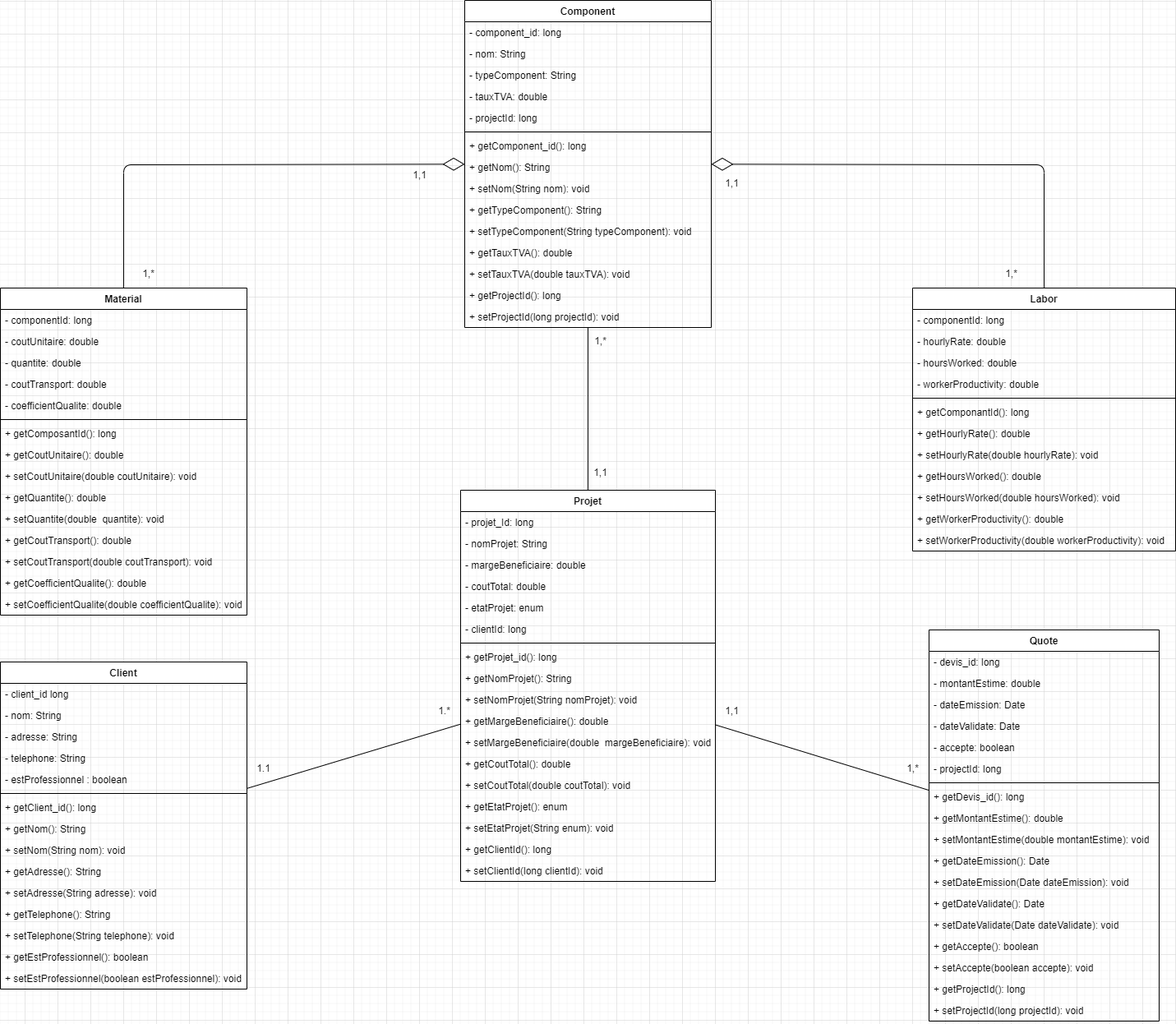
The draw.io diagram Class Diagramme.png in elkhailihamza/baticuisine, before a commit. Source tidied: cells renumbered, new cells last; positions are measured from the earlier drawing's top-left corner, leaving out a move shared by most shapes.
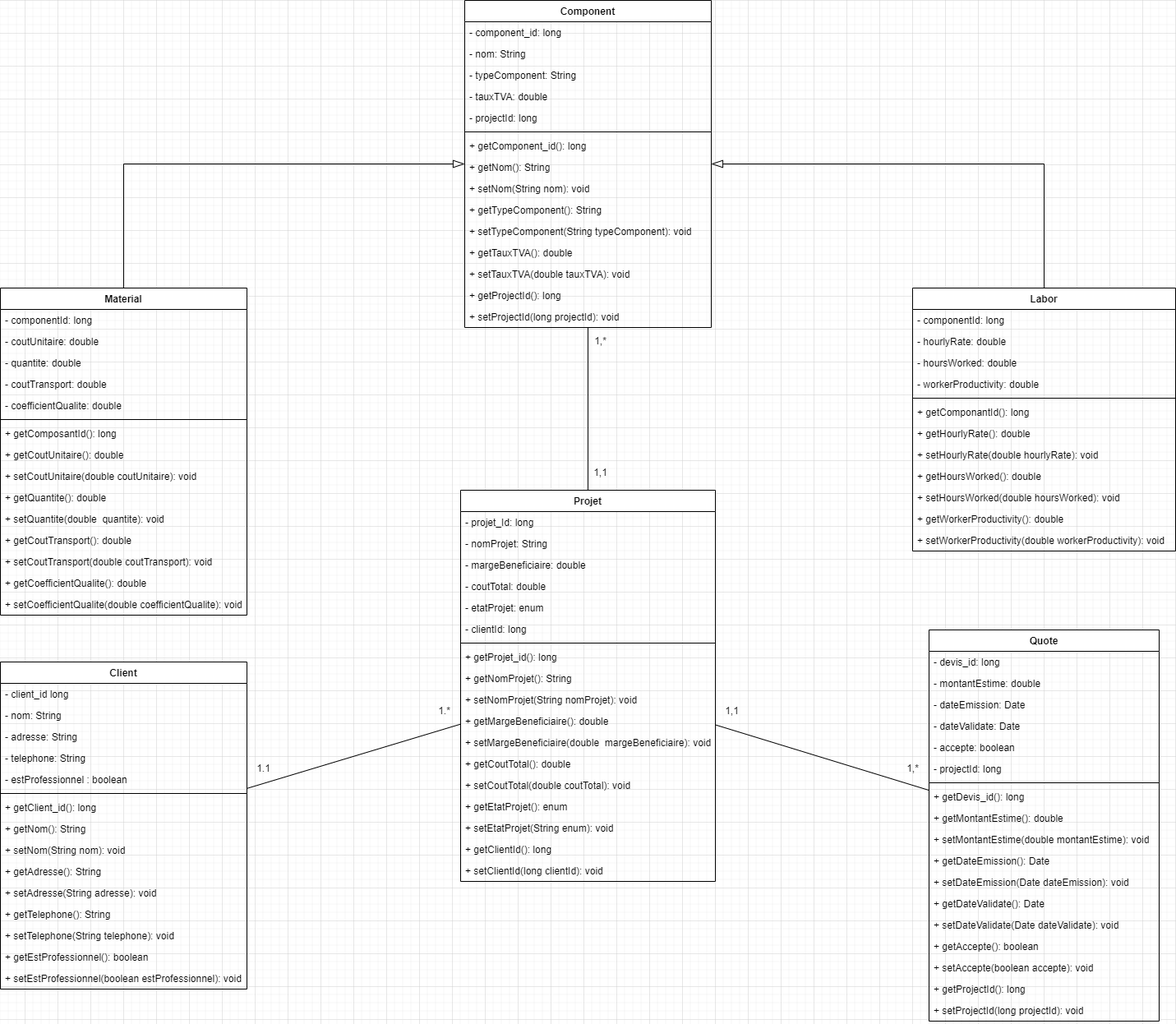
Later version of the same file.

Commit message:
edit diagram class

Change to the diagram source:
```diff
@@ -317,20 +317,6 @@
     <mxCell id="106" value="+ setProjectId(long projectId): void" style="text;strokeColor=none;fillColor=none;align=left;verticalAlign=top;spacingLeft=4;spacingRight=4;overflow=hidden;whiteSpace=wrap;html=1;" parent="91" vertex="1">
       <mxGeometry y="372" width="300" height="26" as="geometry" />
     </mxCell>
-    <mxCell id="107" style="endArrow=diamondThin;endFill=0;endSize=24;html=1;rounded=1;curved=0;" parent="1" edge="1" source="21" target="91">
-      <mxGeometry relative="1" as="geometry">
-        <Array as="points">
-          <mxPoint x="150" y="200" />
-        </Array>
-      </mxGeometry>
-    </mxCell>
-    <mxCell id="108" style="endArrow=diamondThin;endFill=0;endSize=24;html=1;rounded=1;curved=0;" parent="1" edge="1" source="37" target="91">
-      <mxGeometry relative="1" as="geometry">
-        <Array as="points">
-          <mxPoint x="1270" y="200" />
-        </Array>
-      </mxGeometry>
-    </mxCell>
     <mxCell id="109" style="endArrow=none;html=1;rounded=0;" parent="1" edge="1" source="91" target="2">
       <mxGeometry relative="1" as="geometry" />
     </mxCell>
@@ -340,17 +326,19 @@
     <mxCell id="111" value="1,*" style="text;html=1;align=center;verticalAlign=middle;strokeColor=none;fillColor=none;" parent="1" vertex="1">
       <mxGeometry x="710" y="400" width="40" height="30" as="geometry" />
     </mxCell>
-    <mxCell id="112" value="1,1" style="text;html=1;align=center;verticalAlign=middle;strokeColor=none;fillColor=none;" parent="1" vertex="1">
-      <mxGeometry x="490" y="198" width="40" height="30" as="geometry" />
-    </mxCell>
-    <mxCell id="113" value="1,*" style="text;html=1;align=center;verticalAlign=middle;strokeColor=none;fillColor=none;" parent="1" vertex="1">
-      <mxGeometry x="160" y="318" width="40" height="30" as="geometry" />
-    </mxCell>
-    <mxCell id="114" value="1,1" style="text;html=1;align=center;verticalAlign=middle;strokeColor=none;fillColor=none;" parent="1" vertex="1">
-      <mxGeometry x="870" y="208" width="40" height="30" as="geometry" />
-    </mxCell>
-    <mxCell id="115" value="1,*" style="text;html=1;align=center;verticalAlign=middle;strokeColor=none;fillColor=none;" parent="1" vertex="1">
-      <mxGeometry x="1210" y="318" width="40" height="30" as="geometry" />
-    </mxCell>
+    <mxCell id="107" style="endArrow=blockThin;endFill=0;endSize=12;html=1;rounded=0;" parent="1" edge="1" source="21" target="91">
+      <mxGeometry relative="1" as="geometry">
+        <Array as="points">
+          <mxPoint x="150" y="199" />
+        </Array>
+      </mxGeometry>
+    </mxCell>
+    <mxCell id="108" style="endArrow=blockThin;endFill=0;endSize=12;html=1;rounded=0;" parent="1" edge="1" source="37" target="91">
+      <mxGeometry relative="1" as="geometry">
+        <Array as="points">
+          <mxPoint x="1270" y="199" />
+        </Array>
+      </mxGeometry>
+    </mxCell>
   </root>
 </mxGraphModel>
```
